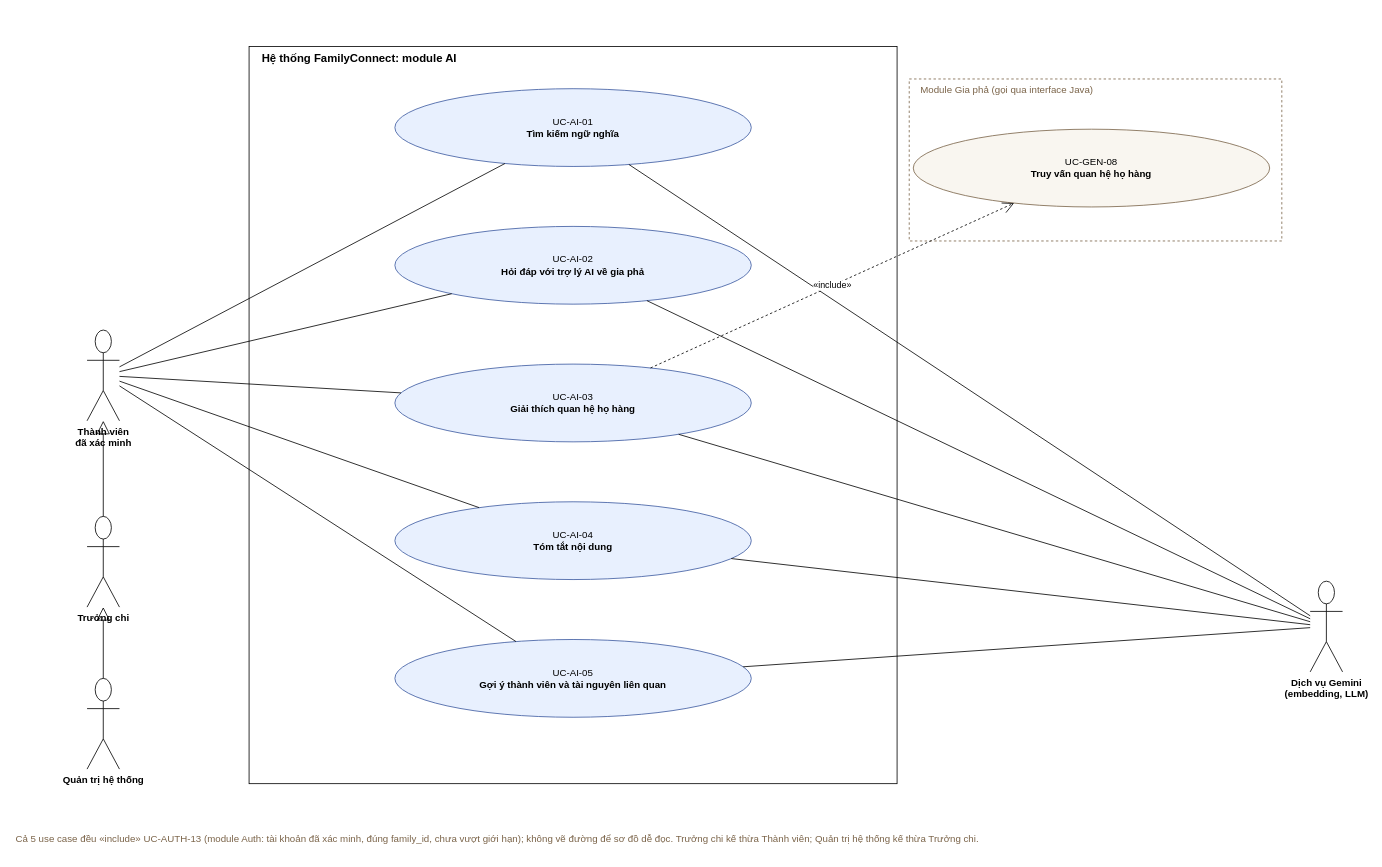
ngthanhtuann/ai-powered-digital-family-community-platform keeps this draw.io diagram as docs/images/ai-usecase.drawio. Above is the earlier version. Source tidied: cells renumbered, new cells numbered last; positions are measured from the earlier drawing's top-left corner, leaving out a move shared by most shapes. Both pictures are drawn from the tidied source at 81%, with x=0, y=0 at pixel (14, 46).
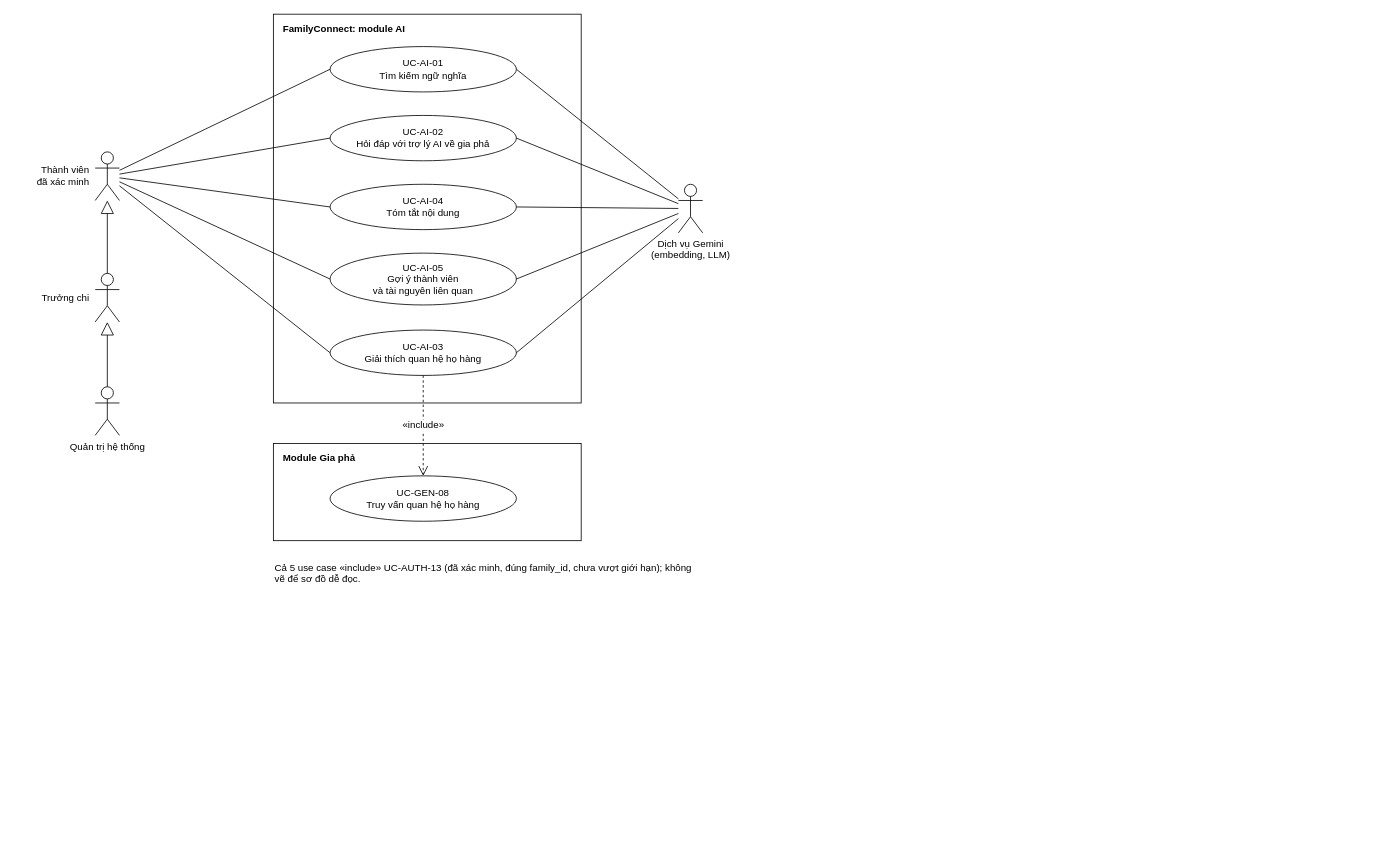
After the change.

Diff of the diagram source:
```diff
@@
-<mxGraphModel>
+<mxGraphModel background="#FFFFFF">
@@
-    <mxCell id="2" value="Hệ thống FamilyConnect: module AI" style="rounded=0;whiteSpace=wrap;html=1;fillColor=none;verticalAlign=top;align=left;spacingLeft=14;fontStyle=1;fontSize=14;" parent="1" vertex="1">
-      <mxGeometry x="290" width="800" height="910" as="geometry" />
+    <mxCell id="2" value="FamilyConnect: module AI" style="rounded=0;whiteSpace=wrap;html=1;fillColor=none;verticalAlign=top;align=left;spacingLeft=10;spacingTop=4;fontStyle=1;strokeColor=#000000;fontFamily=Arial;fontSize=12;fontColor=#000000;" parent="1" vertex="1">
+      <mxGeometry x="320" y="-40" width="380" height="480" as="geometry" />
     </mxCell>
-    <mxCell id="3" value="Module Gia phả (gọi qua interface Java)" style="rounded=0;whiteSpace=wrap;html=1;fillColor=none;dashed=1;strokeColor=#7A6348;fontColor=#7A6348;verticalAlign=top;align=left;spacingLeft=12;" parent="1" vertex="1">
-      <mxGeometry x="1105" y="40" width="460" height="200" as="geometry" />
+    <mxCell id="3" value="UC-AI-01&lt;br&gt;Tìm kiếm ngữ nghĩa" style="ellipse;whiteSpace=wrap;html=1;fillColor=#FFFFFF;strokeColor=#000000;fontFamily=Arial;fontSize=12;fontColor=#000000;" parent="1" vertex="1">
+      <mxGeometry x="390" width="230" height="56" as="geometry" />
     </mxCell>
-    <mxCell id="4" value="UC-AI-01&lt;br&gt;&lt;b&gt;Tìm kiếm ngữ nghĩa&lt;/b&gt;" style="ellipse;whiteSpace=wrap;html=1;fillColor=#E8F0FE;strokeColor=#3C5AA0;" parent="1" vertex="1">
-      <mxGeometry x="470" y="52" width="440" height="96" as="geometry" />
+    <mxCell id="4" value="UC-AI-02&lt;br&gt;Hỏi đáp với trợ lý AI về gia phả" style="ellipse;whiteSpace=wrap;html=1;fillColor=#FFFFFF;strokeColor=#000000;fontFamily=Arial;fontSize=12;fontColor=#000000;" parent="1" vertex="1">
+      <mxGeometry x="390" y="85" width="230" height="56" as="geometry" />
     </mxCell>
-    <mxCell id="5" value="UC-AI-02&lt;br&gt;&lt;b&gt;Hỏi đáp với trợ lý AI về gia phả&lt;/b&gt;" style="ellipse;whiteSpace=wrap;html=1;fillColor=#E8F0FE;strokeColor=#3C5AA0;" parent="1" vertex="1">
-      <mxGeometry x="470" y="222" width="440" height="96" as="geometry" />
+    <mxCell id="5" value="UC-AI-04&lt;br&gt;Tóm tắt nội dung" style="ellipse;whiteSpace=wrap;html=1;fillColor=#FFFFFF;strokeColor=#000000;fontFamily=Arial;fontSize=12;fontColor=#000000;" parent="1" vertex="1">
+      <mxGeometry x="390" y="170" width="230" height="56" as="geometry" />
     </mxCell>
-    <mxCell id="6" value="UC-AI-03&lt;br&gt;&lt;b&gt;Giải thích quan hệ họ hàng&lt;/b&gt;" style="ellipse;whiteSpace=wrap;html=1;fillColor=#E8F0FE;strokeColor=#3C5AA0;" parent="1" vertex="1">
-      <mxGeometry x="470" y="392" width="440" height="96" as="geometry" />
+    <mxCell id="6" value="UC-AI-05&lt;br&gt;Gợi ý thành viên&lt;br&gt;và tài nguyên liên quan" style="ellipse;whiteSpace=wrap;html=1;fillColor=#FFFFFF;strokeColor=#000000;fontFamily=Arial;fontSize=12;fontColor=#000000;" parent="1" vertex="1">
+      <mxGeometry x="390" y="255" width="230" height="64" as="geometry" />
     </mxCell>
-    <mxCell id="7" value="UC-AI-04&lt;br&gt;&lt;b&gt;Tóm tắt nội dung&lt;/b&gt;" style="ellipse;whiteSpace=wrap;html=1;fillColor=#E8F0FE;strokeColor=#3C5AA0;" parent="1" vertex="1">
-      <mxGeometry x="470" y="562" width="440" height="96" as="geometry" />
+    <mxCell id="7" value="UC-AI-03&lt;br&gt;Giải thích quan hệ họ hàng" style="ellipse;whiteSpace=wrap;html=1;fillColor=#FFFFFF;strokeColor=#000000;fontFamily=Arial;fontSize=12;fontColor=#000000;" parent="1" vertex="1">
+      <mxGeometry x="390" y="350" width="230" height="56" as="geometry" />
     </mxCell>
-    <mxCell id="8" value="UC-AI-05&lt;br&gt;&lt;b&gt;Gợi ý thành viên và tài nguyên liên quan&lt;/b&gt;" style="ellipse;whiteSpace=wrap;html=1;fillColor=#E8F0FE;strokeColor=#3C5AA0;" parent="1" vertex="1">
-      <mxGeometry x="470" y="732" width="440" height="96" as="geometry" />
+    <mxCell id="8" value="Module Gia phả" style="rounded=0;whiteSpace=wrap;html=1;fillColor=none;verticalAlign=top;align=left;spacingLeft=10;spacingTop=4;fontStyle=1;strokeColor=#000000;fontFamily=Arial;fontSize=12;fontColor=#000000;" parent="1" vertex="1">
+      <mxGeometry x="320" y="490" width="380" height="120" as="geometry" />
     </mxCell>
-    <mxCell id="9" value="UC-GEN-08&lt;br&gt;&lt;b&gt;Truy vấn quan hệ họ hàng&lt;/b&gt;" style="ellipse;whiteSpace=wrap;html=1;fillColor=#F9F6F0;strokeColor=#7A6348;" parent="1" vertex="1">
-      <mxGeometry x="1110" y="102" width="440" height="96" as="geometry" />
+    <mxCell id="9" value="UC-GEN-08&lt;br&gt;Truy vấn quan hệ họ hàng" style="ellipse;whiteSpace=wrap;html=1;fillColor=#FFFFFF;strokeColor=#000000;fontFamily=Arial;fontSize=12;fontColor=#000000;" parent="1" vertex="1">
+      <mxGeometry x="390" y="530" width="230" height="56" as="geometry" />
     </mxCell>
-    <mxCell id="10" value="Thành viên&lt;br&gt;đã xác minh" style="shape=umlActor;verticalLabelPosition=bottom;verticalAlign=top;html=1;fontStyle=1;" parent="1" vertex="1">
-      <mxGeometry x="90" y="350" width="40" height="112" as="geometry" />
+    <mxCell id="10" value="Thành viên&lt;br&gt;đã xác minh" style="shape=umlActor;html=1;outlineConnect=0;fillColor=#FFFFFF;labelPosition=left;verticalLabelPosition=middle;align=right;verticalAlign=middle;spacingRight=6;strokeColor=#000000;fontFamily=Arial;fontSize=12;fontColor=#000000;" parent="1" vertex="1">
+      <mxGeometry x="100" y="130" width="30" height="60" as="geometry" />
     </mxCell>
-    <mxCell id="11" value="Trưởng chi" style="shape=umlActor;verticalLabelPosition=bottom;verticalAlign=top;html=1;fontStyle=1;" parent="1" vertex="1">
-      <mxGeometry x="90" y="580" width="40" height="112" as="geometry" />
+    <mxCell id="11" value="Trưởng chi" style="shape=umlActor;html=1;outlineConnect=0;fillColor=#FFFFFF;labelPosition=left;verticalLabelPosition=middle;align=right;verticalAlign=middle;spacingRight=6;strokeColor=#000000;fontFamily=Arial;fontSize=12;fontColor=#000000;" parent="1" vertex="1">
+      <mxGeometry x="100" y="280" width="30" height="60" as="geometry" />
     </mxCell>
-    <mxCell id="12" value="Quản trị hệ thống" style="shape=umlActor;verticalLabelPosition=bottom;verticalAlign=top;html=1;fontStyle=1;" parent="1" vertex="1">
-      <mxGeometry x="90" y="780" width="40" height="112" as="geometry" />
+    <mxCell id="12" value="Quản trị hệ thống" style="shape=umlActor;html=1;outlineConnect=0;fillColor=#FFFFFF;verticalLabelPosition=bottom;verticalAlign=top;strokeColor=#000000;fontFamily=Arial;fontSize=12;fontColor=#000000;" parent="1" vertex="1">
+      <mxGeometry x="100" y="420" width="30" height="60" as="geometry" />
     </mxCell>
-    <mxCell id="13" value="Dịch vụ Gemini&lt;br&gt;(embedding, LLM)" style="shape=umlActor;verticalLabelPosition=bottom;verticalAlign=top;html=1;fontStyle=1;" parent="1" vertex="1">
-      <mxGeometry x="1600" y="660" width="40" height="112" as="geometry" />
+    <mxCell id="13" value="Dịch vụ Gemini&lt;br&gt;(embedding, LLM)" style="shape=umlActor;html=1;outlineConnect=0;fillColor=#FFFFFF;verticalLabelPosition=bottom;verticalAlign=top;strokeColor=#000000;fontFamily=Arial;fontSize=12;fontColor=#000000;" parent="1" vertex="1">
+      <mxGeometry x="820" y="170" width="30" height="60" as="geometry" />
     </mxCell>
-    <mxCell id="14" style="endArrow=none;html=1;" parent="1" edge="1" source="10" target="4">
+    <mxCell id="14" style="endArrow=none;html=1;rounded=0;entryX=0;entryY=0.5;entryDx=0;entryDy=0;strokeColor=#000000;" parent="1" edge="1" source="10" target="3">
       <mxGeometry relative="1" as="geometry" />
     </mxCell>
-    <mxCell id="15" style="endArrow=none;html=1;" parent="1" edge="1" source="10" target="5">
+    <mxCell id="15" style="endArrow=none;html=1;rounded=0;entryX=1;entryY=0.5;entryDx=0;entryDy=0;strokeColor=#000000;" parent="1" edge="1" source="13" target="3">
       <mxGeometry relative="1" as="geometry" />
     </mxCell>
-    <mxCell id="16" style="endArrow=none;html=1;" parent="1" edge="1" source="10" target="6">
+    <mxCell id="16" style="endArrow=none;html=1;rounded=0;entryX=0;entryY=0.5;entryDx=0;entryDy=0;strokeColor=#000000;" parent="1" edge="1" source="10" target="4">
       <mxGeometry relative="1" as="geometry" />
     </mxCell>
-    <mxCell id="17" style="endArrow=none;html=1;" parent="1" edge="1" source="10" target="7">
+    <mxCell id="17" style="endArrow=none;html=1;rounded=0;entryX=1;entryY=0.5;entryDx=0;entryDy=0;strokeColor=#000000;" parent="1" edge="1" source="13" target="4">
       <mxGeometry relative="1" as="geometry" />
     </mxCell>
-    <mxCell id="18" style="endArrow=none;html=1;" parent="1" edge="1" source="10" target="8">
+    <mxCell id="18" style="endArrow=none;html=1;rounded=0;entryX=0;entryY=0.5;entryDx=0;entryDy=0;strokeColor=#000000;" parent="1" edge="1" source="10" target="5">
       <mxGeometry relative="1" as="geometry" />
     </mxCell>
-    <mxCell id="19" style="endArrow=none;html=1;" parent="1" edge="1" source="4" target="13">
+    <mxCell id="19" style="endArrow=none;html=1;rounded=0;entryX=1;entryY=0.5;entryDx=0;entryDy=0;strokeColor=#000000;" parent="1" edge="1" source="13" target="5">
       <mxGeometry relative="1" as="geometry" />
     </mxCell>
-    <mxCell id="20" style="endArrow=none;html=1;" parent="1" edge="1" source="5" target="13">
+    <mxCell id="20" style="endArrow=none;html=1;rounded=0;entryX=0;entryY=0.5;entryDx=0;entryDy=0;strokeColor=#000000;" parent="1" edge="1" source="10" target="6">
       <mxGeometry relative="1" as="geometry" />
     </mxCell>
-    <mxCell id="21" style="endArrow=none;html=1;" parent="1" edge="1" source="6" target="13">
+    <mxCell id="21" style="endArrow=none;html=1;rounded=0;entryX=1;entryY=0.5;entryDx=0;entryDy=0;strokeColor=#000000;" parent="1" edge="1" source="13" target="6">
       <mxGeometry relative="1" as="geometry" />
     </mxCell>
-    <mxCell id="22" style="endArrow=none;html=1;" parent="1" edge="1" source="7" target="13">
+    <mxCell id="22" style="endArrow=none;html=1;rounded=0;entryX=0;entryY=0.5;entryDx=0;entryDy=0;strokeColor=#000000;" parent="1" edge="1" source="10" target="7">
       <mxGeometry relative="1" as="geometry" />
     </mxCell>
-    <mxCell id="23" style="endArrow=none;html=1;" parent="1" edge="1" source="8" target="13">
+    <mxCell id="23" style="endArrow=none;html=1;rounded=0;entryX=1;entryY=0.5;entryDx=0;entryDy=0;strokeColor=#000000;" parent="1" edge="1" source="13" target="7">
       <mxGeometry relative="1" as="geometry" />
     </mxCell>
-    <mxCell id="24" style="endArrow=block;endFill=0;html=1;endSize=14;" parent="1" edge="1" source="11" target="10">
+    <mxCell id="24" style="endArrow=block;endFill=0;endSize=14;html=1;rounded=0;strokeColor=#000000;" parent="1" edge="1" source="11" target="10">
       <mxGeometry relative="1" as="geometry" />
     </mxCell>
-    <mxCell id="25" style="endArrow=block;endFill=0;html=1;endSize=14;" parent="1" edge="1" source="12" target="11">
+    <mxCell id="25" style="endArrow=block;endFill=0;endSize=14;html=1;rounded=0;strokeColor=#000000;" parent="1" edge="1" source="12" target="11">
       <mxGeometry relative="1" as="geometry" />
     </mxCell>
-    <mxCell id="26" value="«include»" style="endArrow=open;dashed=1;html=1;endSize=12;" parent="1" edge="1" source="6" target="9">
+    <mxCell id="26" value="«include»" style="endArrow=open;endSize=10;dashed=1;html=1;rounded=0;strokeColor=#000000;fontFamily=Arial;fontSize=12;fontColor=#000000;" parent="1" edge="1" source="7" target="9">
       <mxGeometry relative="1" as="geometry" />
     </mxCell>
-    <mxCell id="27" value="Cả 5 use case đều «include» UC-AUTH-13 (module Auth: tài khoản đã xác minh, đúng family_id, chưa vượt giới hạn); không vẽ đường để sơ đồ dễ đọc. Trưởng chi kế thừa Thành viên; Quản trị hệ thống kế thừa Trưởng chi." style="text;html=1;align=left;verticalAlign=top;whiteSpace=wrap;fontColor=#7A6348;" parent="1" vertex="1">
-      <mxGeometry y="965" width="1500" height="30" as="geometry" />
+    <mxCell id="27" value="Cả 5 use case «include» UC-AUTH-13 (đã xác minh, đúng family_id, chưa vượt giới hạn); không vẽ để sơ đồ dễ đọc." style="text;html=1;whiteSpace=wrap;align=left;verticalAlign=top;fontFamily=Arial;fontSize=12;fontColor=#000000;" parent="1" vertex="1">
+      <mxGeometry x="320" y="630" width="520" height="40" as="geometry" />
     </mxCell>
```
